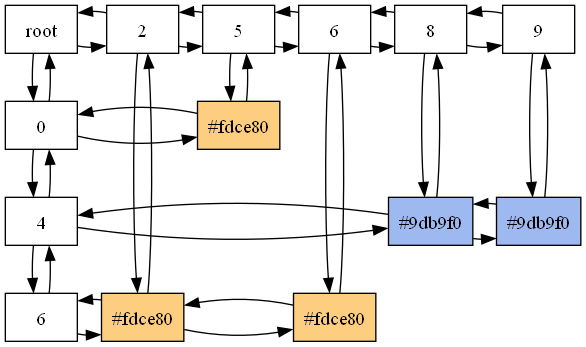
helenrodas/FasesProyectoEDD1S_202200066 keeps this Graphviz diagram as Fase2/matrix.png. Above is the earlier version. Its source is kept beside it as Fase2/matrix.dot.
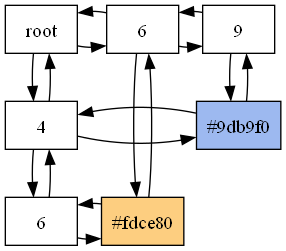
After the change.

Commit message:
agrego matrices a cada nodo del arbol abb

Change to the diagram source:
```diff
@@ -1,57 +1,29 @@
  digraph Matrix {
  node[shape = "box"]
  "Nodo0_0"[label = "root", group="0"]
- "Nodo0_0"->"Nodo3_0"
- "Nodo0_0"->"Nodo3_0"[dir = back]
- "Nodo0_0"->"Nodo0_1"
- "Nodo0_0"->"Nodo0_1"[dir = back]
- "Nodo3_0"[label = "2", group="3"]
- "Nodo3_0"->"Nodo6_0"
- "Nodo3_0"->"Nodo6_0"[dir = back]
- "Nodo3_0"->"Nodo3_7"
- "Nodo3_0"->"Nodo3_7"[dir = back]
- "Nodo6_0"[label = "5", group="6"]
- "Nodo6_0"->"Nodo7_0"
- "Nodo6_0"->"Nodo7_0"[dir = back]
- "Nodo6_0"->"Nodo6_1"
- "Nodo6_0"->"Nodo6_1"[dir = back]
+ "Nodo0_0"->"Nodo7_0"
+ "Nodo0_0"->"Nodo7_0"[dir = back]
+ "Nodo0_0"->"Nodo0_5"
+ "Nodo0_0"->"Nodo0_5"[dir = back]
  "Nodo7_0"[label = "6", group="7"]
- "Nodo7_0"->"Nodo9_0"
- "Nodo7_0"->"Nodo9_0"[dir = back]
+ "Nodo7_0"->"Nodo10_0"
+ "Nodo7_0"->"Nodo10_0"[dir = back]
  "Nodo7_0"->"Nodo7_7"
  "Nodo7_0"->"Nodo7_7"[dir = back]
- "Nodo9_0"[label = "8", group="9"]
- "Nodo9_0"->"Nodo10_0"
- "Nodo9_0"->"Nodo10_0"[dir = back]
- "Nodo9_0"->"Nodo9_5"
- "Nodo9_0"->"Nodo9_5"[dir = back]
  "Nodo10_0"[label = "9", group="10"]
  "Nodo10_0"->"Nodo10_5"
  "Nodo10_0"->"Nodo10_5"[dir = back]
- {rank=same;"Nodo0_0";"Nodo3_0";"Nodo6_0";"Nodo7_0";"Nodo9_0";"Nodo10_0"}
- "Nodo0_1"[label = "0", group="0"]
- "Nodo0_1"->"Nodo6_1"
- "Nodo0_1"->"Nodo6_1"[dir = back]
- "Nodo0_1"->"Nodo0_5"
- "Nodo0_1"->"Nodo0_5"[dir = back]
- "Nodo6_1"[label = "#fdce80",  style = filled, fillcolor = "#fdce80" group="6"]
- {rank=same;"Nodo0_1";"Nodo6_1"}
+ {rank=same;"Nodo0_0";"Nodo7_0";"Nodo10_0"}
  "Nodo0_5"[label = "4", group="0"]
- "Nodo0_5"->"Nodo9_5"
- "Nodo0_5"->"Nodo9_5"[dir = back]
+ "Nodo0_5"->"Nodo10_5"
+ "Nodo0_5"->"Nodo10_5"[dir = back]
  "Nodo0_5"->"Nodo0_7"
  "Nodo0_5"->"Nodo0_7"[dir = back]
- "Nodo9_5"[label = "#9db9f0",  style = filled, fillcolor = "#9db9f0" group="9"]
- "Nodo9_5"->"Nodo10_5"
- "Nodo9_5"->"Nodo10_5"[dir = back]
  "Nodo10_5"[label = "#9db9f0",  style = filled, fillcolor = "#9db9f0" group="10"]
- {rank=same;"Nodo0_5";"Nodo9_5";"Nodo10_5"}
+ {rank=same;"Nodo0_5";"Nodo10_5"}
  "Nodo0_7"[label = "6", group="0"]
- "Nodo0_7"->"Nodo3_7"
- "Nodo0_7"->"Nodo3_7"[dir = back]
- "Nodo3_7"[label = "#fdce80",  style = filled, fillcolor = "#fdce80" group="3"]
- "Nodo3_7"->"Nodo7_7"
- "Nodo3_7"->"Nodo7_7"[dir = back]
+ "Nodo0_7"->"Nodo7_7"
+ "Nodo0_7"->"Nodo7_7"[dir = back]
  "Nodo7_7"[label = "#fdce80",  style = filled, fillcolor = "#fdce80" group="7"]
- {rank=same;"Nodo0_7";"Nodo3_7";"Nodo7_7"}
+ {rank=same;"Nodo0_7";"Nodo7_7"}
  }
```
